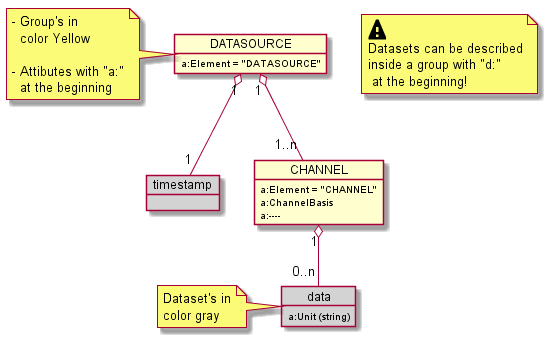
The PlantUML diagram images/generated/RCM_DX_diagram_example.png in OpenRailAssociation/rcm-dx, before a commit.
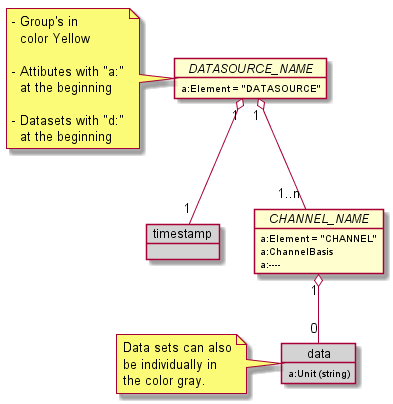
After the commit.

What changed in the source:
```diff
@@ -1,6 +1,6 @@
 @startuml RCM_DX_diagram_example
 
-  object DATASOURCE {
+  object "//DATASOURCE_NAME//" as DATASOURCE {
     a:Element = "DATASOURCE"
   }
   note left
@@ -9,11 +9,14 @@
 
     - Attibutes with "a:"
       at the beginning
+
+    - Datasets with "d:"
+      at the beginning
   end note
 
   object timestamp #LightGray
 
-  object CHANNEL {
+  object "//CHANNEL_NAME//" as channel {
     a:Element = "CHANNEL"
     a:ChannelBasis
     a:----
@@ -23,19 +26,13 @@
     a:Unit (string)
   }
   note left
-    Dataset's in
-    color gray
-  end note
-
-  note as HINT
-    <size:30><&warning>
-    Datasets can be described
-    inside a group with "d:"
-     at the beginning!
+    Data sets can also
+    be individually in
+    the color gray.
   end note
 
   DATASOURCE "1" o-- "1" timestamp
-  DATASOURCE "1" o-- "1..n" CHANNEL
-  CHANNEL "1" o-- "0..n" data
+  DATASOURCE "1" o-- "1..n" channel
+  channel "1" o-- "0" data
 
 @enduml
```
